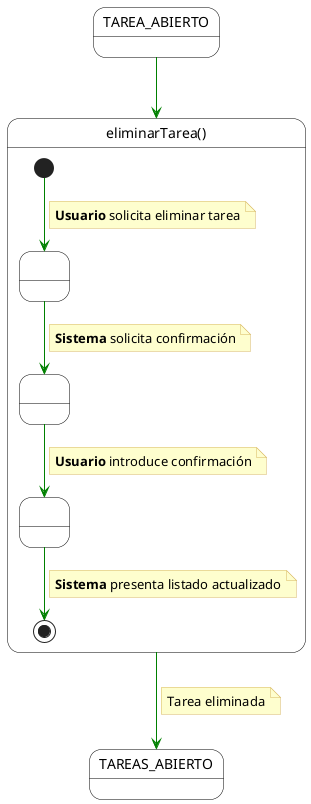
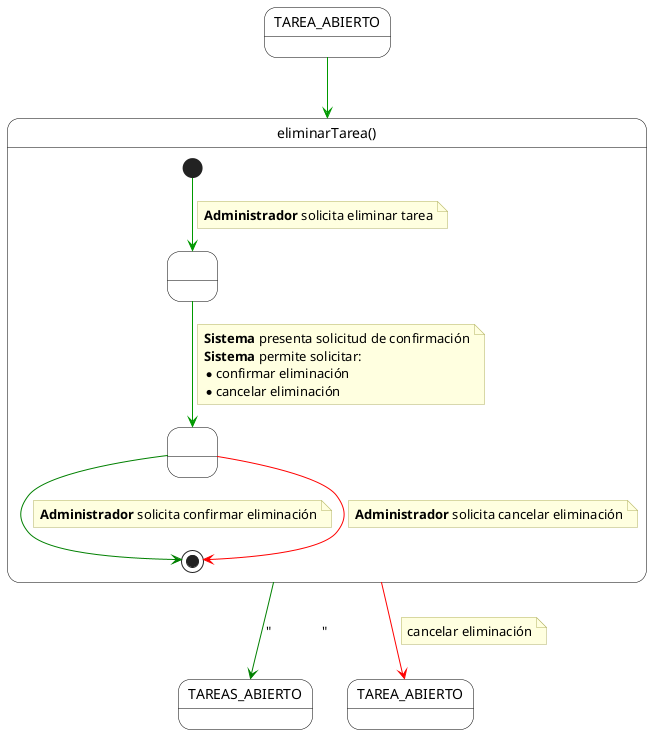
@startuml eliminarTarea
+ skinparam monochrome false
+ skinparam shadow false
+ top to bottom direction
+ 
skinparam state {
    BackgroundColor White
    BorderColor Black
-     ArrowColor #008000
- }
- skinparam note {
-     BackgroundColor #FEFECE
-     BorderColor #D7B75F
+     ArrowColor #009900
+     StartColor Black
+     EndColor Black
}

- state TAREA_ABIERTO
+ skinparam note {
+     BackgroundColor #FFFFE0
+     BorderColor #B0B060
+     FontName Arial
+ }

- state "eliminarTarea()" as eliminarTarea {
-     state " " as Inicio <<start>>
-     state " " as Confirmacion
-     state " " as Confirmacion2
-     state " " as Estado2
-     state " " as Fin <<end>>
+ state "TAREA_ABIERTO" as Inicio

-     Inicio --> Confirmacion
+ state "eliminarTarea()" as EliminarTareaContainer {
+ 
+     state " " as EstadoConfirmacion
+     state " " as EstadoDecision
+ 
+     [*] --> EstadoConfirmacion
    note on link
-         <b>Usuario</b> solicita eliminar tarea
+         **Administrador** solicita eliminar tarea
    end note

-         Confirmacion --> Confirmacion2
+     EstadoConfirmacion --> EstadoDecision
    note on link
-                 <b>Sistema</b> solicita confirmación
+         **Sistema** presenta solicitud de confirmación
+         **Sistema** permite solicitar:
+         * confirmar eliminación
+         * cancelar eliminación
    end note

-     Confirmacion2 --> Estado2
+     EstadoDecision -[#green]down-> [*]
    note on link
-                 <b>Usuario</b> introduce confirmación
+         **Administrador** solicita confirmar eliminación
    end note

-     Estado2 --> Fin
+     EstadoDecision -[#red]down-> [*]
    note on link
-         <b>Sistema</b> presenta listado actualizado
+         **Administrador** solicita cancelar eliminación
    end note
}

- state TAREAS_ABIERTO
+ state "TAREAS_ABIERTO" as FinLista
+ state "TAREA_ABIERTO" as FinDetalle

- TAREA_ABIERTO --> eliminarTarea
- eliminarTarea --> TAREAS_ABIERTO
+ Inicio --> EliminarTareaContainer
+ 
+ EliminarTareaContainer -[#green]-> FinLista : "               "
+ 
+ EliminarTareaContainer -[#red]down-> FinDetalle
note on link
-     Tarea eliminada
+     cancelar eliminación
end note
+ 
@enduml